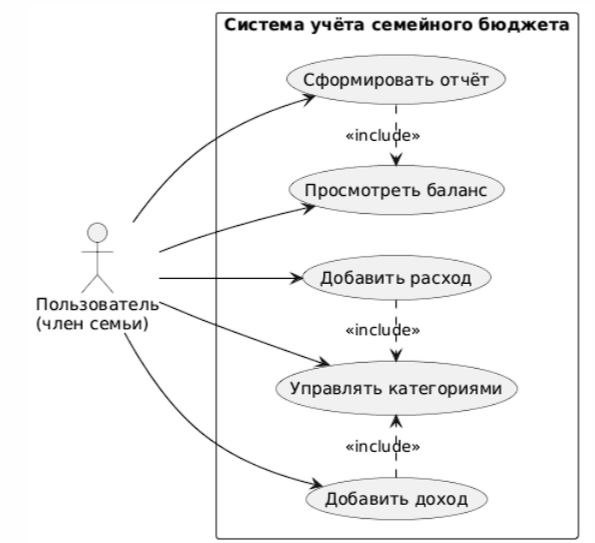
Before: docs/diagrams/use_case.png, a diagram exported from PlantUML (igribanov365-cell/family_budget). Its source is kept beside it as docs/diagrams/use_case.puml.
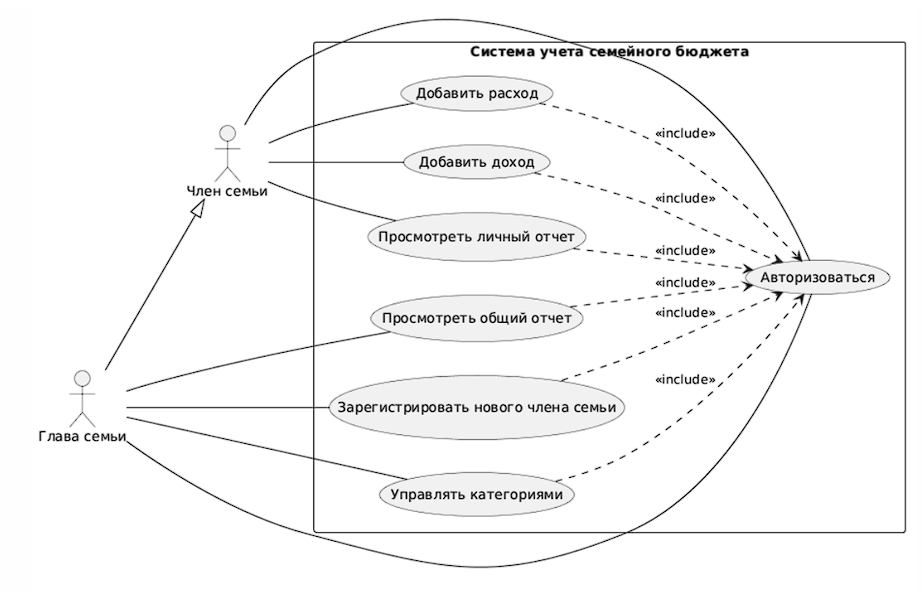
Above is the later version.

Commit message:
Добавлены блок-схемы:добавление расхода и регистрация

Diff of the diagram source:
```diff
@@ -2,24 +2,37 @@
 left to right direction
 skinparam packageStyle rectangle
 
-actor "Пользователь\n(член семьи)" as User
+actor "Член семьи" as Member
+actor "Глава семьи" as Head
 
-package "Система учёта семейного бюджета" {
+Head --|> Member
+
+rectangle "Система учета семейного бюджета" {
+
+  usecase "Добавить расход" as UC_Expense
   usecase "Добавить доход" as UC_Income
-  usecase "Добавить расход" as UC_Expense
-  usecase "Просмотреть баланс" as UC_Balance
-  usecase "Сформировать отчёт" as UC_Report
+  usecase "Просмотреть личный отчет" as UC_PersonalReport
+  usecase "Просмотреть общий отчет" as UC_GeneralReport
+  usecase "Зарегистрировать нового\nчлена семьи" as UC_Register
   usecase "Управлять категориями" as UC_Category
+  usecase "Авторизоваться" as UC_Auth
+
+  Member --> UC_Expense
+  Member --> UC_Income
+  Member --> UC_PersonalReport
+  Member --> UC_Auth
+
+  Head --> UC_GeneralReport
+  Head --> UC_Register
+  Head --> UC_Category
+
+  UC_Expense        ..> UC_Auth : <<include>>
+  UC_Income         ..> UC_Auth : <<include>>
+  UC_PersonalReport ..> UC_Auth : <<include>>
+  UC_GeneralReport  ..> UC_Auth : <<include>>
+  UC_Register       ..> UC_Auth : <<include>>
+  UC_Category       ..> UC_Auth : <<include>>
+
 }
 
-User --> UC_Income
-User --> UC_Expense
-User --> UC_Balance
-User --> UC_Report
-User --> UC_Category
-
-UC_Report .> UC_Balance : <<include>>
-UC_Expense .> UC_Category : <<include>>
-UC_Income  .> UC_Category : <<include>>
-
 @enduml
```
